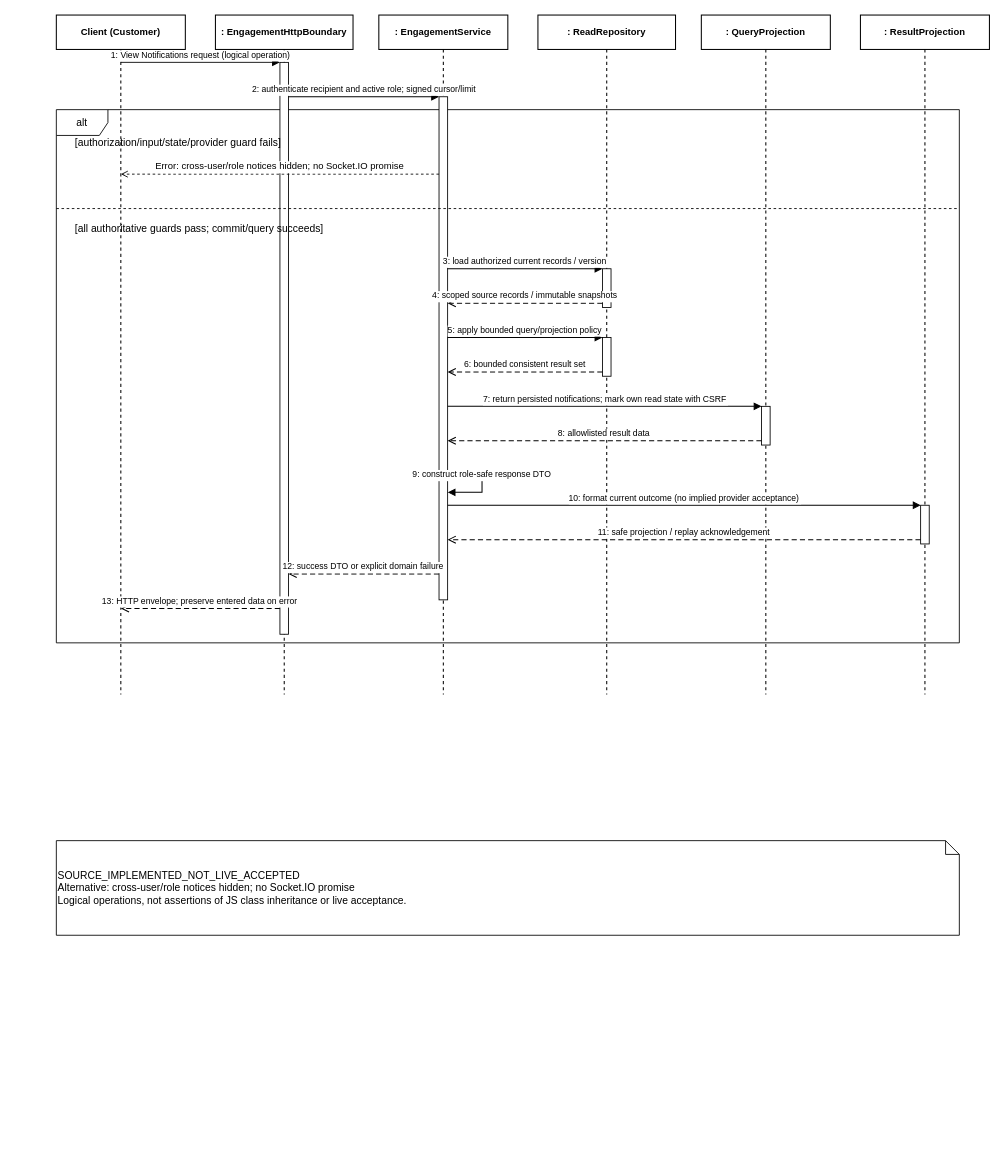
Before: doc/reports/report4/sequence/uc-88.drawio in ngocthanhhx7/SEP490_G101_FALL2026, a draw.io diagram. Source tidied: cells renumbered, new cells numbered last; positions are measured from the earlier drawing's top-left corner, leaving out a move shared by most shapes. Both pictures are drawn from the tidied source at 86%, with x=0, y=0 at pixel (56, 15).
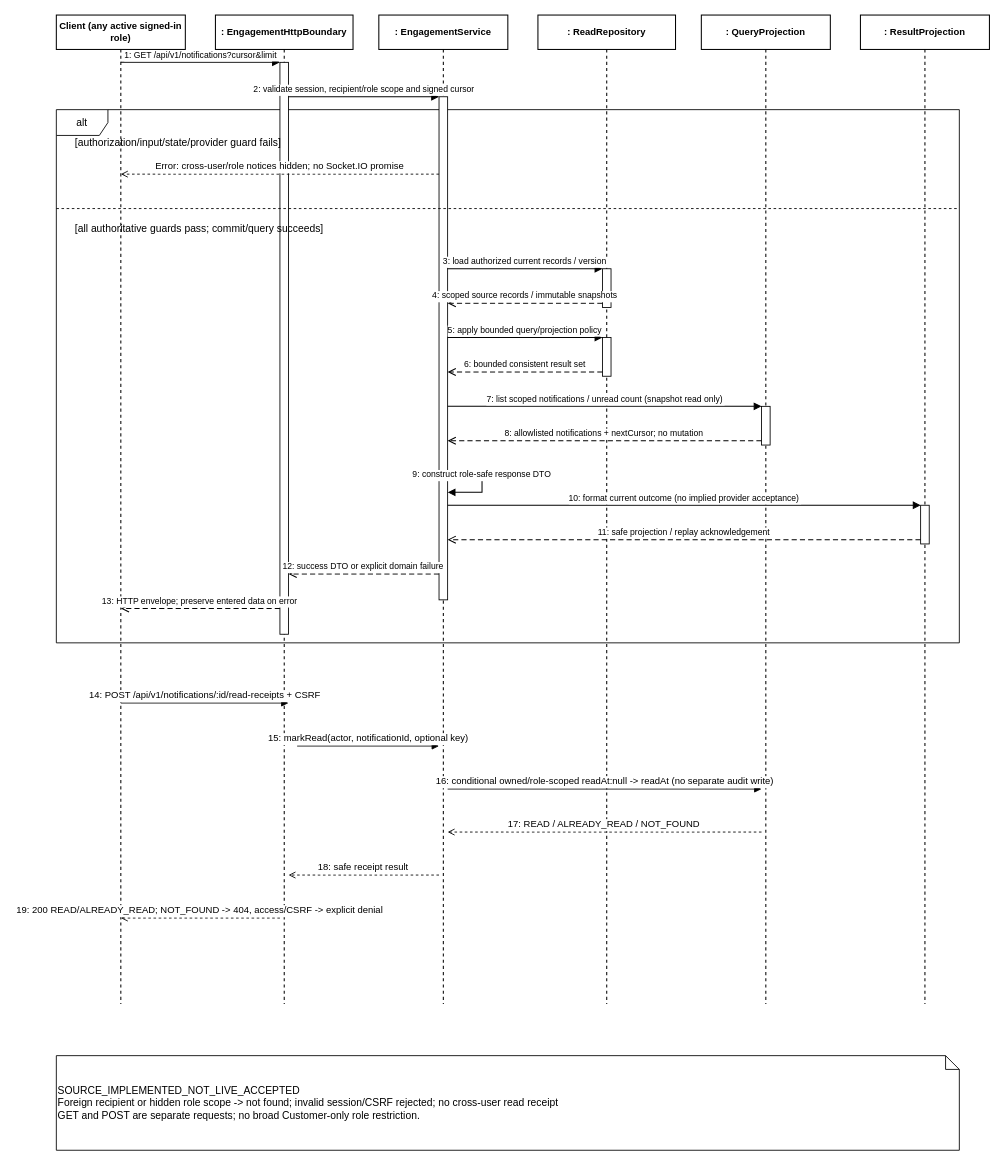
Above is the later version.

The edit, as a diff of the source:
```diff
@@
-    <mxCell id="2" value="Client (Customer)" style="shape=umlLifeline;perimeter=lifelinePerimeter;whiteSpace=wrap;html=1;size=40;fillColor=#FFFFFF;strokeColor=#000000;strokeWidth=1.2;fontStyle=1;fontSize=11;align=center;" parent="1" vertex="1">
-      <mxGeometry width="150" height="790" as="geometry" />
+    <mxCell id="2" value="Client (any active signed-in role)" style="shape=umlLifeline;perimeter=lifelinePerimeter;whiteSpace=wrap;html=1;size=40;fillColor=#FFFFFF;strokeColor=#000000;strokeWidth=1.2;fontStyle=1;fontSize=11;align=center;" parent="1" vertex="1">
+      <mxGeometry width="150" height="1150" as="geometry" />
     </mxCell>
     <mxCell id="3" value=": EngagementHttpBoundary" style="shape=umlLifeline;perimeter=lifelinePerimeter;whiteSpace=wrap;html=1;size=40;fillColor=#FFFFFF;strokeColor=#000000;strokeWidth=1.2;fontStyle=1;fontSize=11;align=center;" parent="1" vertex="1">
-      <mxGeometry x="185" width="160" height="790" as="geometry" />
+      <mxGeometry x="185" width="160" height="1150" as="geometry" />
     </mxCell>
     <mxCell id="4" value=": EngagementService" style="shape=umlLifeline;perimeter=lifelinePerimeter;whiteSpace=wrap;html=1;size=40;fillColor=#FFFFFF;strokeColor=#000000;strokeWidth=1.2;fontStyle=1;fontSize=11;align=center;" parent="1" vertex="1">
-      <mxGeometry x="375" width="150" height="790" as="geometry" />
+      <mxGeometry x="375" width="150" height="1150" as="geometry" />
     </mxCell>
     <mxCell id="5" value=": ReadRepository" style="shape=umlLifeline;perimeter=lifelinePerimeter;whiteSpace=wrap;html=1;size=40;fillColor=#FFFFFF;strokeColor=#000000;strokeWidth=1.2;fontStyle=1;fontSize=11;align=center;" parent="1" vertex="1">
-      <mxGeometry x="560" width="160" height="790" as="geometry" />
+      <mxGeometry x="560" width="160" height="1150" as="geometry" />
     </mxCell>
     <mxCell id="6" value=": QueryProjection" style="shape=umlLifeline;perimeter=lifelinePerimeter;whiteSpace=wrap;html=1;size=40;fillColor=#FFFFFF;strokeColor=#000000;strokeWidth=1.2;fontStyle=1;fontSize=11;align=center;" parent="1" vertex="1">
-      <mxGeometry x="750" width="150" height="790" as="geometry" />
+      <mxGeometry x="750" width="150" height="1150" as="geometry" />
     </mxCell>
     <mxCell id="7" value=": ResultProjection" style="shape=umlLifeline;perimeter=lifelinePerimeter;whiteSpace=wrap;html=1;size=40;fillColor=#FFFFFF;strokeColor=#000000;strokeWidth=1.2;fontStyle=1;fontSize=11;align=center;" parent="1" vertex="1">
-      <mxGeometry x="935" width="150" height="790" as="geometry" />
+      <mxGeometry x="935" width="150" height="1150" as="geometry" />
     </mxCell>
@@
-    <mxCell id="15" value="1: View Notifications request (logical operation)" style="html=0;verticalAlign=bottom;endArrow=block;endFill=1;strokeColor=#000000;strokeWidth=1.2;fontSize=10;fontColor=#000000;edgeStyle=orthogonalEdgeStyle;rounded=0;" parent="1" edge="1">
+    <mxCell id="15" value="1: GET /api/v1/notifications?cursor&amp;limit" style="html=0;verticalAlign=bottom;endArrow=block;endFill=1;strokeColor=#000000;strokeWidth=1.2;fontSize=10;fontColor=#000000;edgeStyle=orthogonalEdgeStyle;rounded=0;" parent="1" edge="1">
       <mxGeometry relative="1" as="geometry">
         <mxPoint x="75" y="55" as="sourcePoint" />
         <mxPoint x="260" y="55" as="targetPoint" />
       </mxGeometry>
     </mxCell>
-    <mxCell id="16" value="2: authenticate recipient and active role; signed cursor/limit" style="html=0;verticalAlign=bottom;endArrow=block;endFill=1;strokeColor=#000000;strokeWidth=1.2;fontSize=10;fontColor=#000000;edgeStyle=orthogonalEdgeStyle;rounded=0;" parent="1" edge="1">
+    <mxCell id="16" value="2: validate session, recipient/role scope and signed cursor" style="html=0;verticalAlign=bottom;endArrow=block;endFill=1;strokeColor=#000000;strokeWidth=1.2;fontSize=10;fontColor=#000000;edgeStyle=orthogonalEdgeStyle;rounded=0;" parent="1" edge="1">
       <mxGeometry relative="1" as="geometry">
         <mxPoint x="270" y="95" as="sourcePoint" />
         <mxPoint x="445" y="95" as="targetPoint" />
       </mxGeometry>
     </mxCell>
@@
-    <mxCell id="21" value="7: return persisted notifications; mark own read state with CSRF" style="html=0;verticalAlign=bottom;endArrow=block;endFill=1;strokeColor=#000000;strokeWidth=1.2;fontSize=10;fontColor=#000000;edgeStyle=orthogonalEdgeStyle;rounded=0;" parent="1" edge="1">
+    <mxCell id="21" value="7: list scoped notifications / unread count (snapshot read only)" style="html=0;verticalAlign=bottom;endArrow=block;endFill=1;strokeColor=#000000;strokeWidth=1.2;fontSize=10;fontColor=#000000;edgeStyle=orthogonalEdgeStyle;rounded=0;" parent="1" edge="1">
       <mxGeometry relative="1" as="geometry">
         <mxPoint x="455" y="455" as="sourcePoint" />
         <mxPoint x="820" y="455" as="targetPoint" />
       </mxGeometry>
     </mxCell>
-    <mxCell id="22" value="8: allowlisted result data" style="html=0;verticalAlign=bottom;endArrow=open;endSize=7;dashed=1;dashPattern=5 3;strokeColor=#000000;strokeWidth=1.2;fontSize=10;fontColor=#000000;edgeStyle=orthogonalEdgeStyle;rounded=0;" parent="1" edge="1">
+    <mxCell id="22" value="8: allowlisted notifications + nextCursor; no mutation" style="html=0;verticalAlign=bottom;endArrow=open;endSize=7;dashed=1;dashPattern=5 3;strokeColor=#000000;strokeWidth=1.2;fontSize=10;fontColor=#000000;edgeStyle=orthogonalEdgeStyle;rounded=0;" parent="1" edge="1">
       <mxGeometry relative="1" as="geometry">
         <mxPoint x="820" y="495" as="sourcePoint" />
         <mxPoint x="455" y="495" as="targetPoint" />
       </mxGeometry>
     </mxCell>
@@
-    <mxCell id="28" value="SOURCE_IMPLEMENTED_NOT_LIVE_ACCEPTED&#10;Alternative: cross-user/role notices hidden; no Socket.IO promise&#10;Logical operations, not assertions of JS class inheritance or live acceptance." style="shape=note;whiteSpace=wrap;html=0;size=16;fontSize=12;align=left;" parent="1" vertex="1">
-      <mxGeometry y="960" width="1050" height="110" as="geometry" />
+    <mxCell id="28" value="SOURCE_IMPLEMENTED_NOT_LIVE_ACCEPTED&#10;Foreign recipient or hidden role scope -&gt; not found; invalid session/CSRF rejected; no cross-user read receipt&#10;GET and POST are separate requests; no broad Customer-only role restriction." style="shape=note;whiteSpace=wrap;html=0;size=16;fontSize=12;align=left;" parent="1" vertex="1">
+      <mxGeometry y="1210" width="1050" height="110" as="geometry" />
     </mxCell>
@@
+    <mxCell id="33" value="14: POST /api/v1/notifications/:id/read-receipts + CSRF" style="html=0;verticalAlign=bottom;endArrow=block;endFill=1;fontSize=11;" parent="1" edge="1">
+      <mxGeometry relative="1" as="geometry">
+        <mxPoint x="75" y="800" as="sourcePoint" />
+        <mxPoint x="270" y="800" as="targetPoint" />
+      </mxGeometry>
+    </mxCell>
+    <mxCell id="34" value="15: markRead(actor, notificationId, optional key)" style="html=0;verticalAlign=bottom;endArrow=block;endFill=1;fontSize=11;" parent="1" edge="1">
+      <mxGeometry relative="1" as="geometry">
+        <mxPoint x="280" y="850" as="sourcePoint" />
+        <mxPoint x="445" y="850" as="targetPoint" />
+      </mxGeometry>
+    </mxCell>
+    <mxCell id="35" value="16: conditional owned/role-scoped readAt:null -&gt; readAt (no separate audit write)" style="html=0;verticalAlign=bottom;endArrow=block;endFill=1;fontSize=11;" parent="1" edge="1">
+      <mxGeometry relative="1" as="geometry">
+        <mxPoint x="455" y="900" as="sourcePoint" />
+        <mxPoint x="820" y="900" as="targetPoint" />
+      </mxGeometry>
+    </mxCell>
+    <mxCell id="36" value="17: READ / ALREADY_READ / NOT_FOUND" style="html=0;verticalAlign=bottom;endArrow=open;dashed=1;fontSize=11;" parent="1" edge="1">
+      <mxGeometry relative="1" as="geometry">
+        <mxPoint x="820" y="950" as="sourcePoint" />
+        <mxPoint x="455" y="950" as="targetPoint" />
+      </mxGeometry>
+    </mxCell>
+    <mxCell id="37" value="18: safe receipt result" style="html=0;verticalAlign=bottom;endArrow=open;dashed=1;fontSize=11;" parent="1" edge="1">
+      <mxGeometry relative="1" as="geometry">
+        <mxPoint x="445" y="1000" as="sourcePoint" />
+        <mxPoint x="270" y="1000" as="targetPoint" />
+      </mxGeometry>
+    </mxCell>
+    <mxCell id="38" value="19: 200 READ/ALREADY_READ; NOT_FOUND -&gt; 404, access/CSRF -&gt; explicit denial" style="html=0;verticalAlign=bottom;endArrow=open;dashed=1;fontSize=11;" parent="1" edge="1">
+      <mxGeometry relative="1" as="geometry">
+        <mxPoint x="260" y="1050" as="sourcePoint" />
+        <mxPoint x="75" y="1050" as="targetPoint" />
+      </mxGeometry>
+    </mxCell>
```
